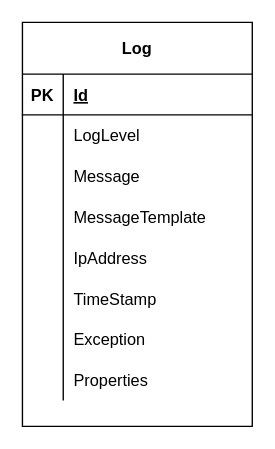
Before: 17-Log/Diagrams/SeriLogERD.drawio in behrangaghili/Postex-Documents_Diagrams, a draw.io diagram. Source tidied: cells renumbered, new cells numbered last; positions are measured from the earlier drawing's top-left corner, leaving out a move shared by most shapes. Both pictures are drawn from the tidied source at 136%, with x=0, y=0 at pixel (22, 22).
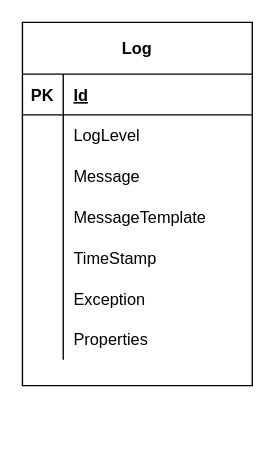
The same page after the edit.

What changed in the source:
```diff
@@
     <mxCell id="2" value="Log" style="shape=table;startSize=38;childLayout=tableLayout;rowLines=0;fontStyle=1;align=center;" parent="1" vertex="1">
-      <mxGeometry width="169" height="297" as="geometry" />
+      <mxGeometry width="169" height="267" as="geometry" />
     </mxCell>
@@
-    <mxCell id="15" style="shape=partialRectangle;fillColor=none;top=0;left=0;bottom=0;right=0;" parent="2" vertex="1">
-      <mxGeometry y="158" width="169" height="30" as="geometry" />
-    </mxCell>
-    <mxCell id="16" style="shape=partialRectangle;fillColor=none;top=0;left=0;bottom=0;right=0;overflow=hidden;" parent="15" vertex="1">
-      <mxGeometry width="30" height="30" as="geometry" />
-    </mxCell>
-    <mxCell id="17" value="IpAddress" style="shape=partialRectangle;fillColor=none;top=0;left=0;bottom=0;right=0;align=left;spacingLeft=6;overflow=hidden;" parent="15" vertex="1">
-      <mxGeometry x="30" width="139" height="30" as="geometry" />
-    </mxCell>
     <mxCell id="18" style="shape=partialRectangle;fillColor=none;top=0;left=0;bottom=0;right=0;" parent="2" vertex="1">
-      <mxGeometry y="188" width="169" height="30" as="geometry" />
+      <mxGeometry y="158" width="169" height="30" as="geometry" />
     </mxCell>
@@
     <mxCell id="21" style="shape=partialRectangle;fillColor=none;top=0;left=0;bottom=0;right=0;" parent="2" vertex="1">
-      <mxGeometry y="218" width="169" height="30" as="geometry" />
+      <mxGeometry y="188" width="169" height="30" as="geometry" />
     </mxCell>
@@
     <mxCell id="24" style="shape=partialRectangle;fillColor=none;top=0;left=0;bottom=0;right=0;" parent="2" vertex="1">
-      <mxGeometry y="248" width="169" height="30" as="geometry" />
+      <mxGeometry y="218" width="169" height="30" as="geometry" />
     </mxCell>
```
